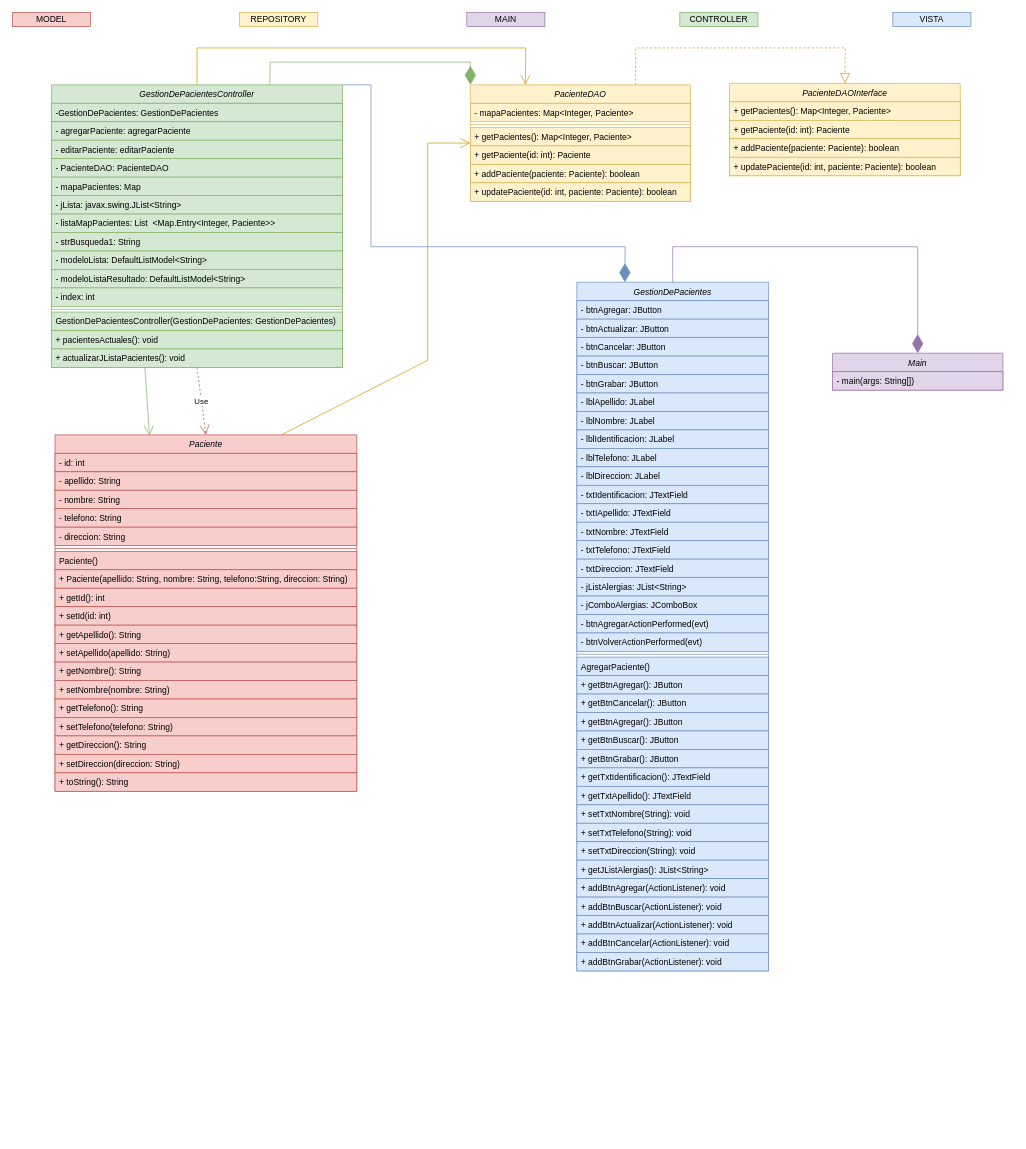
Before: Parcial.drawio in 18luisc/Parcial, a draw.io diagram. Source tidied: cells renumbered, new cells numbered last; positions are measured from the earlier drawing's top-left corner, leaving out a move shared by most shapes. Both pictures are drawn from the tidied source at 71%, with x=0, y=0 at pixel (12, 12).
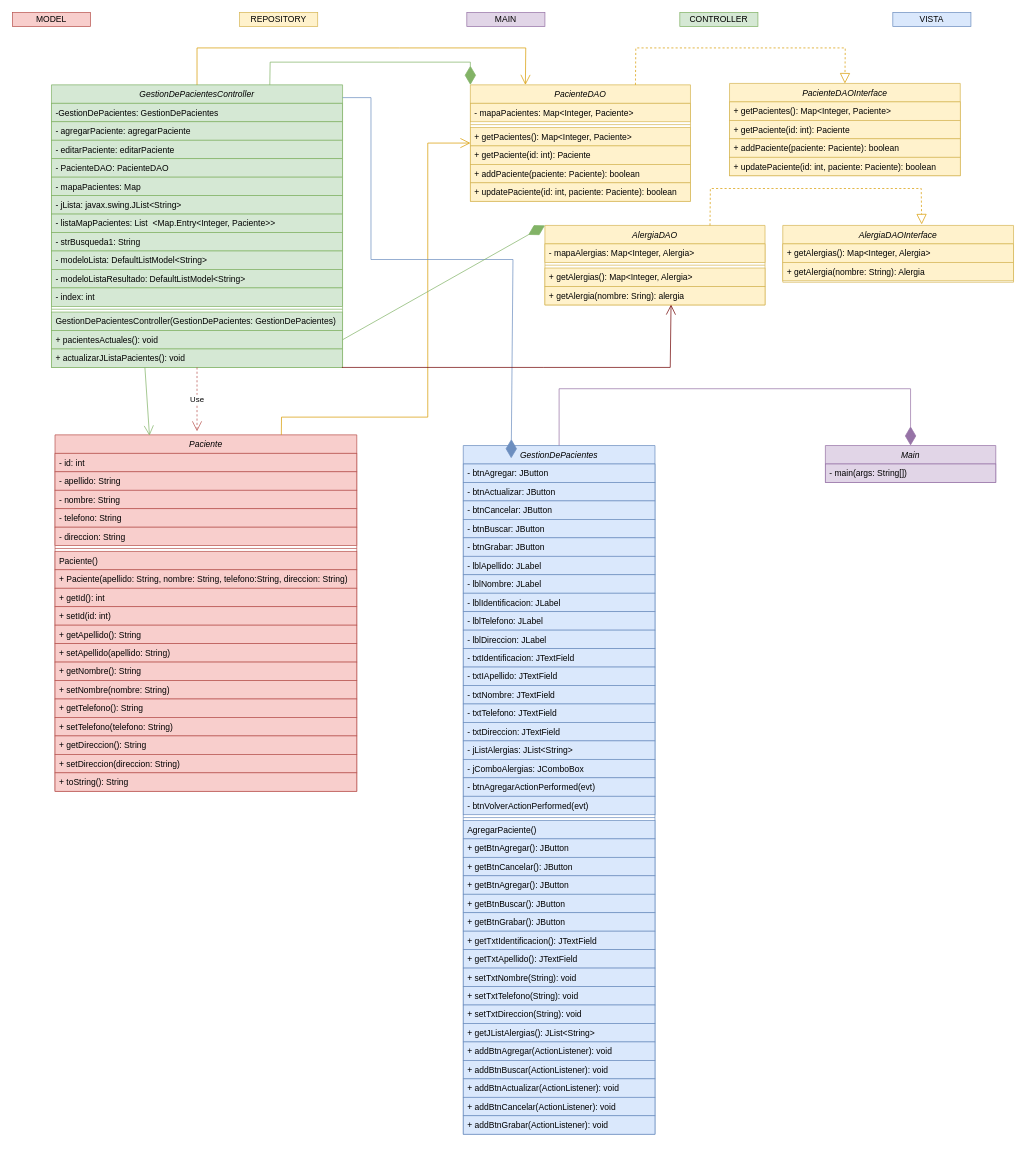
Above is the later version.

Commit message:
Agregado de Clases AlergiaDAO e Interface

Unchanged cells that the change refers to:
```xml
<mxCell id="2" value="PacienteDAO" style="swimlane;fontStyle=2;align=center;verticalAlign=top;horizontal=1;startSize=26;rounded=0;shadow=0;strokeWidth=1;fillColor=#fff2cc;strokeColor=#d6b656;" parent="1" vertex="1">
  <mxGeometry x="645" y="102" width="310" height="164" as="geometry" />
</mxCell>
<mxCell id="14" value="Paciente" style="swimlane;fontStyle=2;align=center;verticalAlign=top;horizontal=1;startSize=26;rounded=0;shadow=0;strokeWidth=1;fillColor=#f8cecc;strokeColor=#b85450;" parent="1" vertex="1">
  <mxGeometry x="60" y="595" width="425" height="502" as="geometry" />
</mxCell>
<mxCell id="34" value="GestionDePacientesController" style="swimlane;fontStyle=2;align=center;verticalAlign=top;horizontal=1;startSize=26;rounded=0;shadow=0;strokeWidth=1;fillColor=#d5e8d4;strokeColor=#82b366;" parent="1" vertex="1">
  <mxGeometry x="55" y="102" width="410" height="398" as="geometry" />
</mxCell>
<mxCell id="48" value="+ pacientesActuales(): void " style="text;align=left;verticalAlign=top;spacingLeft=4;spacingRight=4;overflow=hidden;points=[[0,0.5],[1,0.5]];portConstraint=eastwest;fillColor=#d5e8d4;strokeColor=#82b366;" parent="34" vertex="1">
  <mxGeometry y="346" width="410" height="26" as="geometry" />
</mxCell>
```

Diff of the diagram source:
```diff
@@
     <mxCell id="50" value="GestionDePacientes" style="swimlane;fontStyle=2;align=center;verticalAlign=top;horizontal=1;startSize=26;rounded=0;shadow=0;strokeWidth=1;fillColor=#dae8fc;strokeColor=#6c8ebf;" parent="1" vertex="1">
-      <mxGeometry x="795" y="380" width="270" height="970" as="geometry" />
+      <mxGeometry x="635" y="610" width="270" height="970" as="geometry" />
     </mxCell>
@@
     <mxCell id="88" value="Main                   " style="swimlane;fontStyle=2;align=center;verticalAlign=top;horizontal=1;startSize=26;rounded=0;shadow=0;strokeWidth=1;fillColor=#e1d5e7;strokeColor=#9673a6;" parent="1" vertex="1">
-      <mxGeometry x="1155" y="480" width="240" height="52" as="geometry" />
+      <mxGeometry x="1145" y="610" width="240" height="52" as="geometry" />
     </mxCell>
@@
     <mxCell id="96" style="endArrow=diamondThin;endFill=1;endSize=24;html=1;rounded=0;exitX=0.5;exitY=0;exitDx=0;exitDy=0;entryX=0.5;entryY=0;entryDx=0;entryDy=0;fillColor=#e1d5e7;strokeColor=#9673a6;" parent="1" edge="1" source="50" target="88">
       <mxGeometry relative="1" as="geometry">
         <Array as="points">
-          <mxPoint x="930" y="330" />
-          <mxPoint x="1275" y="330" />
+          <mxPoint x="770" y="530" />
+          <mxPoint x="1265" y="530" />
         </Array>
       </mxGeometry>
     </mxCell>
@@
-    <mxCell id="98" value="Use" style="endArrow=open;endSize=12;dashed=1;html=1;rounded=0;entryX=0.5;entryY=0;entryDx=0;entryDy=0;fillColor=#f8cecc;strokeColor=#b85450;exitX=0.5;exitY=1;exitDx=0;exitDy=0;" parent="1" edge="1" source="34" target="14">
-      <mxGeometry relative="1" as="geometry" />
+    <mxCell id="98" value="Use" style="endArrow=open;endSize=12;dashed=1;html=1;rounded=0;fillColor=#f8cecc;strokeColor=#b85450;exitX=0.5;exitY=1;exitDx=0;exitDy=0;" parent="1" edge="1" source="34">
+      <mxGeometry relative="1" as="geometry">
+        <mxPoint x="260" y="590" as="targetPoint" />
+      </mxGeometry>
     </mxCell>
     <mxCell id="99" style="endArrow=open;endFill=1;endSize=12;html=1;rounded=0;exitX=0.75;exitY=0;exitDx=0;exitDy=0;entryX=0;entryY=0.5;entryDx=0;entryDy=0;fillColor=#ffe6cc;strokeColor=#d79b00;" parent="1" edge="1" source="14" target="2">
       <mxGeometry relative="1" as="geometry">
         <Array as="points">
+          <mxPoint x="379" y="570" />
+          <mxPoint x="585" y="570" />
           <mxPoint x="585" y="490" />
           <mxPoint x="585" y="184" />
         </Array>
       </mxGeometry>
     </mxCell>
@@
-    <mxCell id="101" style="endArrow=diamondThin;endFill=1;endSize=24;html=1;rounded=0;exitX=1;exitY=0;exitDx=0;exitDy=0;entryX=0.25;entryY=0;entryDx=0;entryDy=0;fillColor=#dae8fc;strokeColor=#6c8ebf;" parent="1" edge="1" source="34" target="50">
+    <mxCell id="101" style="endArrow=diamondThin;endFill=1;endSize=24;html=1;rounded=0;exitX=1;exitY=0;exitDx=0;exitDy=0;entryX=0.25;entryY=0;entryDx=0;entryDy=0;fillColor=#dae8fc;strokeColor=#6c8ebf;" parent="1" edge="1">
       <mxGeometry relative="1" as="geometry">
+        <mxPoint x="465" y="120" as="sourcePoint" />
+        <mxPoint x="702.5" y="628" as="targetPoint" />
         <Array as="points">
-          <mxPoint x="505" y="102" />
-          <mxPoint x="505" y="330" />
-          <mxPoint x="705" y="330" />
-          <mxPoint x="863" y="330" />
+          <mxPoint x="505" y="120" />
+          <mxPoint x="505" y="348" />
+          <mxPoint x="705" y="348" />
         </Array>
       </mxGeometry>
     </mxCell>
@@
+    <mxCell id="103" value="AlergiaDAO" style="swimlane;fontStyle=2;align=center;verticalAlign=top;horizontal=1;startSize=26;rounded=0;shadow=0;strokeWidth=1;fillColor=#fff2cc;strokeColor=#d6b656;" parent="1" vertex="1">
+      <mxGeometry x="750" y="300" width="310" height="112" as="geometry" />
+    </mxCell>
+    <mxCell id="104" value="- mapaAlergias: Map&lt;Integer, Alergia&gt;" style="text;align=left;verticalAlign=top;spacingLeft=4;spacingRight=4;overflow=hidden;fillColor=#fff2cc;strokeColor=#d6b656;" parent="103" vertex="1">
+      <mxGeometry y="26" width="310" height="26" as="geometry" />
+    </mxCell>
+    <mxCell id="105" style="line;html=1;strokeWidth=1;align=left;verticalAlign=middle;spacingTop=-1;spacingLeft=3;spacingRight=3;labelPosition=right;fillColor=#fff2cc;strokeColor=#d6b656;" parent="103" vertex="1">
+      <mxGeometry y="52" width="310" height="8" as="geometry" />
+    </mxCell>
+    <mxCell id="106" value="+ getAlergias(): Map&lt;Integer, Alergia&gt;" style="text;align=left;verticalAlign=top;spacingLeft=4;spacingRight=4;overflow=hidden;fillColor=#fff2cc;strokeColor=#d6b656;" parent="103" vertex="1">
+      <mxGeometry y="60" width="310" height="26" as="geometry" />
+    </mxCell>
+    <mxCell id="107" value="+ getAlergia(nombre: Sring): alergia" style="text;align=left;verticalAlign=top;spacingLeft=4;spacingRight=4;overflow=hidden;points=[[0,0.5],[1,0.5]];portConstraint=eastwest;fillColor=#fff2cc;strokeColor=#d6b656;" parent="103" vertex="1">
+      <mxGeometry y="86" width="310" height="26" as="geometry" />
+    </mxCell>
+    <mxCell id="108" value="AlergiaDAOInterface" style="swimlane;fontStyle=2;align=center;verticalAlign=top;horizontal=1;startSize=26;rounded=0;shadow=0;strokeWidth=1;fillColor=#fff2cc;strokeColor=#d6b656;" parent="1" vertex="1">
+      <mxGeometry x="1085" y="300" width="325" height="80" as="geometry" />
+    </mxCell>
+    <mxCell id="109" value="+ getAlergias(): Map&lt;Integer, Alergia&gt;" style="text;align=left;verticalAlign=top;spacingLeft=4;spacingRight=4;overflow=hidden;fillColor=#fff2cc;strokeColor=#d6b656;" parent="108" vertex="1">
+      <mxGeometry y="26" width="325" height="26" as="geometry" />
+    </mxCell>
+    <mxCell id="110" value="+ getAlergia(nombre: String): Alergia" style="text;align=left;verticalAlign=top;spacingLeft=4;spacingRight=4;overflow=hidden;rounded=0;shadow=0;html=0;fillColor=#fff2cc;strokeColor=#d6b656;" parent="108" vertex="1">
+      <mxGeometry y="52" width="325" height="26" as="geometry" />
+    </mxCell>
+    <mxCell id="111" style="endArrow=block;dashed=1;endFill=0;endSize=12;html=1;rounded=0;fillColor=#ffe6cc;strokeColor=#d79b00;exitX=0.75;exitY=0;exitDx=0;exitDy=0;entryX=0.602;entryY=-0.019;entryDx=0;entryDy=0;entryPerimeter=0;" parent="1" edge="1" source="103" target="108">
+      <mxGeometry relative="1" as="geometry">
+        <Array as="points">
+          <mxPoint x="983" y="248" />
+          <mxPoint x="1280" y="248" />
+        </Array>
+      </mxGeometry>
+    </mxCell>
+    <mxCell id="112" style="endArrow=open;endFill=1;endSize=12;html=1;rounded=0;fillColor=#a20025;strokeColor=#6F0000;entryX=0.573;entryY=0.984;entryDx=0;entryDy=0;entryPerimeter=0;" parent="1" edge="1" target="107">
+      <mxGeometry relative="1" as="geometry">
+        <mxPoint x="464" y="500" as="sourcePoint" />
+        <Array as="points">
+          <mxPoint x="748.5" y="500" />
+          <mxPoint x="926.5" y="500" />
+        </Array>
+      </mxGeometry>
+    </mxCell>
+    <mxCell id="113" style="endArrow=diamondThin;endFill=1;endSize=24;html=1;rounded=0;fillColor=#d5e8d4;strokeColor=#82b366;exitX=1;exitY=0.5;exitDx=0;exitDy=0;entryX=0;entryY=0;entryDx=0;entryDy=0;" parent="1" edge="1" source="48" target="103">
+      <mxGeometry relative="1" as="geometry" />
+    </mxCell>
```
